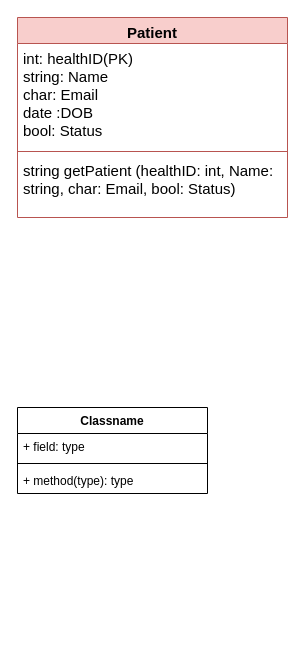
IndecentTulip/Online-Health-Monitoring-System keeps this draw.io diagram as Project_Documentation/class_design/3.1 Logical Viewpoint.drawio. Above is the earlier version. Source tidied: cells renumbered, new cells numbered last; positions are measured from the earlier drawing's top-left corner, leaving out a move shared by most shapes. Both pictures are drawn from the tidied source at 100%, with x=0, y=0 at pixel (17, 17).
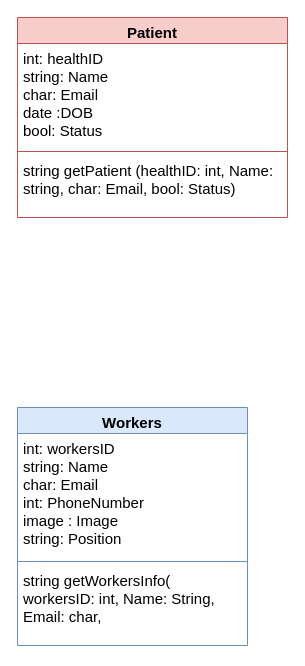
The same diagram, later.

What changed in the source:
```diff
@@
 <mxGraphModel>
   <root>
     <mxCell id="0" />
     <mxCell id="1" parent="0" />
     <mxCell id="2" value="&lt;font style=&quot;font-size: 15px;&quot;&gt;Patient&lt;/font&gt;" style="swimlane;fontStyle=1;align=center;verticalAlign=top;horizontal=1;startSize=26;whiteSpace=wrap;html=1;fillColor=#f8cecc;strokeColor=#b85450;" parent="1" vertex="1">
       <mxGeometry width="270" height="200" as="geometry" />
     </mxCell>
-    <mxCell id="3" value="&lt;font style=&quot;font-size: 15px;&quot;&gt;int: healthID(PK)&lt;/font&gt;&lt;div&gt;&lt;font style=&quot;font-size: 15px;&quot;&gt;string: Name&lt;/font&gt;&lt;/div&gt;&lt;div&gt;&lt;font style=&quot;font-size: 15px;&quot;&gt;char: Email&lt;/font&gt;&lt;/div&gt;&lt;div&gt;&lt;span style=&quot;font-size: 15px;&quot;&gt;date :DOB&lt;/span&gt;&lt;/div&gt;&lt;div&gt;&lt;font style=&quot;font-size: 15px;&quot;&gt;bool: Status&lt;/font&gt;&lt;/div&gt;&lt;div&gt;&lt;font style=&quot;font-size: 15px;&quot;&gt;&lt;br&gt;&lt;/font&gt;&lt;/div&gt;" style="text;strokeColor=none;fillColor=none;align=left;verticalAlign=top;spacingLeft=4;spacingRight=4;overflow=hidden;whiteSpace=wrap;html=1;" parent="2" vertex="1">
+    <mxCell id="3" value="&lt;font style=&quot;font-size: 15px;&quot;&gt;int: healthID&lt;/font&gt;&lt;div&gt;&lt;font style=&quot;font-size: 15px;&quot;&gt;string: Name&lt;/font&gt;&lt;/div&gt;&lt;div&gt;&lt;font style=&quot;font-size: 15px;&quot;&gt;char: Email&lt;/font&gt;&lt;/div&gt;&lt;div&gt;&lt;span style=&quot;font-size: 15px;&quot;&gt;date :DOB&lt;/span&gt;&lt;/div&gt;&lt;div&gt;&lt;font style=&quot;font-size: 15px;&quot;&gt;bool: Status&lt;/font&gt;&lt;/div&gt;&lt;div&gt;&lt;font style=&quot;font-size: 15px;&quot;&gt;&lt;br&gt;&lt;/font&gt;&lt;/div&gt;" style="text;strokeColor=none;fillColor=none;align=left;verticalAlign=top;spacingLeft=4;spacingRight=4;overflow=hidden;whiteSpace=wrap;html=1;" parent="2" vertex="1">
       <mxGeometry y="26" width="270" height="104" as="geometry" />
     </mxCell>
     <mxCell id="4" style="line;strokeWidth=1;fillColor=none;align=left;verticalAlign=middle;spacingTop=-1;spacingLeft=3;spacingRight=3;labelPosition=right;strokeColor=inherit;" parent="2" vertex="1">
       <mxGeometry y="130" width="270" height="8" as="geometry" />
     </mxCell>
     <mxCell id="5" value="&lt;span style=&quot;font-size: 15px;&quot;&gt;string getPatient (healthID: int, Name: string, char: Email, bool: Status)&amp;nbsp;&lt;/span&gt;" style="text;strokeColor=none;fillColor=none;align=left;verticalAlign=top;spacingLeft=4;spacingRight=4;overflow=hidden;whiteSpace=wrap;html=1;" parent="2" vertex="1">
       <mxGeometry y="138" width="270" height="62" as="geometry" />
     </mxCell>
-    <mxCell id="6" value="Classname" style="swimlane;fontStyle=1;align=center;verticalAlign=top;horizontal=1;startSize=26;whiteSpace=wrap;html=1;" parent="1" vertex="1">
-      <mxGeometry y="390" width="190" height="86" as="geometry" />
+    <mxCell id="6" value="&lt;font style=&quot;font-size: 15px;&quot;&gt;Workers&lt;/font&gt;" style="swimlane;fontStyle=1;align=center;verticalAlign=top;horizontal=1;startSize=26;whiteSpace=wrap;html=1;fillColor=#dae8fc;strokeColor=#6c8ebf;" parent="1" vertex="1">
+      <mxGeometry y="390" width="230" height="238" as="geometry" />
     </mxCell>
-    <mxCell id="7" value="+ field: type" style="text;strokeColor=none;fillColor=none;align=left;verticalAlign=top;spacingLeft=4;spacingRight=4;overflow=hidden;whiteSpace=wrap;html=1;" parent="6" vertex="1">
-      <mxGeometry y="26" width="190" height="26" as="geometry" />
+    <mxCell id="7" value="&lt;font style=&quot;font-size: 15px;&quot;&gt;int: workersID&lt;/font&gt;&lt;div&gt;&lt;font style=&quot;font-size: 15px;&quot;&gt;string: Name&lt;/font&gt;&lt;/div&gt;&lt;div&gt;&lt;font style=&quot;font-size: 15px;&quot;&gt;char: Email&lt;/font&gt;&lt;/div&gt;&lt;div&gt;&lt;font style=&quot;font-size: 15px;&quot;&gt;int: PhoneNumber&lt;/font&gt;&lt;/div&gt;&lt;div&gt;&lt;font style=&quot;font-size: 15px;&quot;&gt;image : Image&lt;/font&gt;&lt;/div&gt;&lt;div&gt;&lt;font style=&quot;font-size: 15px;&quot;&gt;string: Position&lt;/font&gt;&lt;/div&gt;" style="text;strokeColor=none;fillColor=none;align=left;verticalAlign=top;spacingLeft=4;spacingRight=4;overflow=hidden;whiteSpace=wrap;html=1;" parent="6" vertex="1">
+      <mxGeometry y="26" width="230" height="124" as="geometry" />
     </mxCell>
     <mxCell id="8" style="line;strokeWidth=1;fillColor=none;align=left;verticalAlign=middle;spacingTop=-1;spacingLeft=3;spacingRight=3;labelPosition=right;strokeColor=inherit;" parent="6" vertex="1">
-      <mxGeometry y="52" width="190" height="8" as="geometry" />
+      <mxGeometry y="150" width="230" height="8" as="geometry" />
     </mxCell>
-    <mxCell id="9" value="+ method(type): type" style="text;strokeColor=none;fillColor=none;align=left;verticalAlign=top;spacingLeft=4;spacingRight=4;overflow=hidden;whiteSpace=wrap;html=1;" parent="6" vertex="1">
-      <mxGeometry y="60" width="190" height="26" as="geometry" />
+    <mxCell id="9" value="&lt;span style=&quot;font-size: 15px;&quot;&gt;string getWorkersInfo( workersID: int, Name: String, Email: char,&lt;/span&gt;" style="text;strokeColor=none;fillColor=none;align=left;verticalAlign=top;spacingLeft=4;spacingRight=4;overflow=hidden;whiteSpace=wrap;html=1;" parent="6" vertex="1">
+      <mxGeometry y="158" width="230" height="80" as="geometry" />
     </mxCell>
   </root>
 </mxGraphModel>
```
